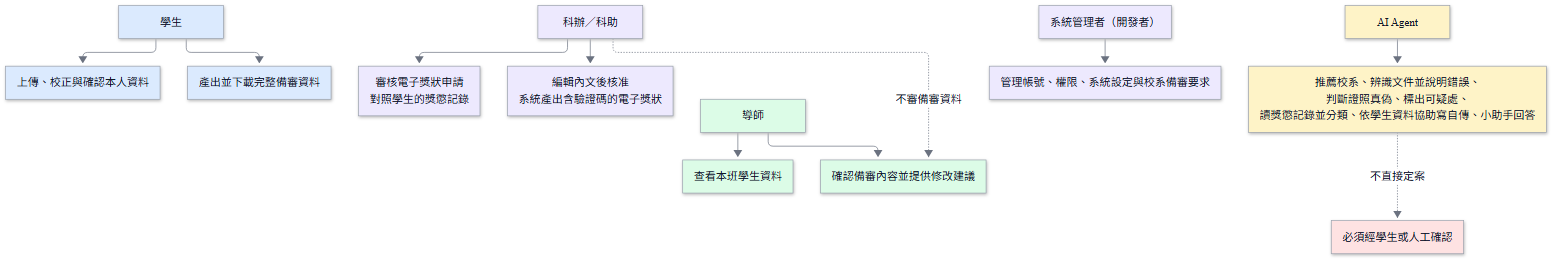
The Mermaid diagram docs/images/D-14-role-responsibility.png in vujhdcusa/1028, before a commit. Its source is kept beside it as docs/images/D-14-role-responsibility.mmd.
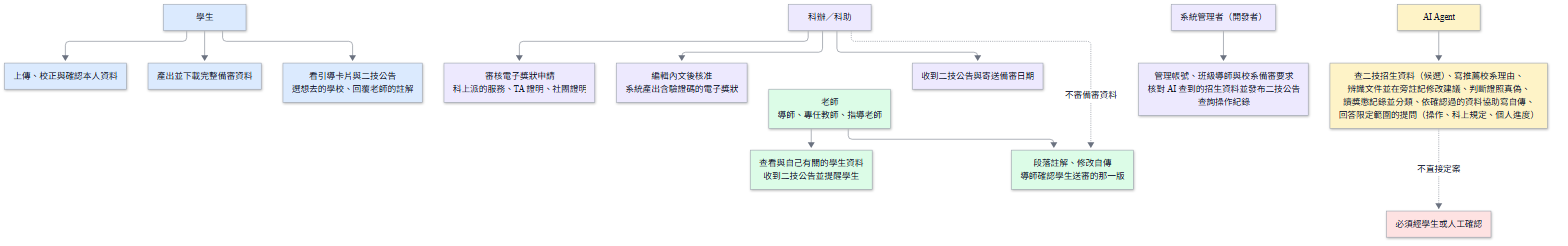
Above is the later version.

Change to the diagram source:
```diff
@@ -8,11 +8,13 @@
 
     Student[學生]:::student --> S1[上傳、校正與確認本人資料]:::student
     Student --> S2[產出並下載完整備審資料]:::student
-    Teacher[導師]:::teacher --> T1[查看本班學生資料]:::teacher
-    Teacher --> T2[確認備審內容並提供修改建議]:::teacher
-    Staff[科辦／科助]:::staff --> F1[審核電子獎狀申請<br/>對照學生的獎懲記錄]:::staff
+    Student --> S3[看引導卡片與二技公告<br/>選想去的學校、回覆老師的註解]:::student
+    Teacher[老師<br/>導師、專任教師、指導老師]:::teacher --> T1[查看與自己有關的學生資料<br/>收到二技公告並提醒學生]:::teacher
+    Teacher --> T2[段落註解、修改自傳<br/>導師確認學生送審的那一版]:::teacher
+    Staff[科辦／科助]:::staff --> F1[審核電子獎狀申請<br/>科上派的服務、TA 證明、社團證明]:::staff
     Staff --> F2[編輯內文後核准<br/>系統產出含驗證碼的電子獎狀]:::staff
+    Staff --> F3[收到二技公告與寄送備審日期]:::staff
     Staff -.不審備審資料.-> T2
-    Admin[系統管理者（開發者）]:::staff --> A1[管理帳號、權限、系統設定與校系備審要求]:::staff
-    Agent[AI Agent]:::ai --> G1[推薦校系、辨識文件並說明錯誤、<br/>判斷證照真偽、標出可疑處、<br/>讀獎懲記錄並分類、依學生資料協助寫自傳、小助手回答]:::ai
+    Admin[系統管理者（開發者）]:::staff --> A1[管理帳號、班級導師與校系備審要求<br/>核對 AI 查到的招生資料並發布二技公告<br/>查詢操作紀錄]:::staff
+    Agent[AI Agent]:::ai --> G1[查二技招生資料（候選）、寫推薦校系理由、<br/>辨識文件並在旁註記修改建議、判斷證照真偽、<br/>讀獎懲記錄並分類、依確認過的資料協助寫自傳、<br/>回答限定範圍的提問（操作、科上規定、個人進度）]:::ai
     G1 -.不直接定案.-> Block[必須經學生或人工確認]:::alert
```
